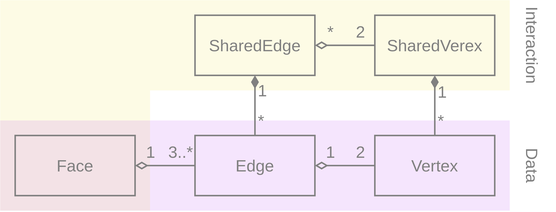
Before: wiki/MetaMeshGraph.svg, a diagram exported from draw.io (YoanWithY/kayo). Source tidied: cells renumbered, new cells last; positions are measured from the earlier drawing's top-left corner, leaving out a move shared by most shapes. Its diagram source:
```xml
<mxGraphModel>
  <root>
    <mxCell id="0" />
    <mxCell id="1" parent="0" />
    <mxCell id="2" style="shape=corner;whiteSpace=wrap;html=1;labelBackgroundColor=none;fontFamily=Helvetica;fontSize=11;fontColor=#808080;dx=100;dy=60;strokeColor=none;fillColor=#E6D600;opacity=10;" parent="1" vertex="1">
      <mxGeometry width="340" height="140" as="geometry" />
    </mxCell>
    <mxCell id="3" style="rounded=0;whiteSpace=wrap;html=1;labelBackgroundColor=none;fontFamily=Helvetica;fontSize=11;fontColor=#808080;fillColor=#A100E6;opacity=10;strokeColor=none;" parent="1" vertex="1">
      <mxGeometry y="80" width="340" height="60" as="geometry" />
    </mxCell>
    <mxCell id="4" style="edgeStyle=orthogonalEdgeStyle;shape=connector;rounded=0;html=1;labelBackgroundColor=default;strokeColor=#808080;fontFamily=Helvetica;fontSize=11;fontColor=#808080;endArrow=none;endFill=0;startArrow=diamondThin;startFill=1;" parent="1" edge="1" source="7" target="15">
      <mxGeometry relative="1" as="geometry" />
    </mxCell>
    <mxCell id="5" value="1" style="edgeLabel;align=left;verticalAlign=middle;fontSize=11;fontFamily=Helvetica;fontColor=#808080;labelBackgroundColor=none;html=1;" parent="4" vertex="1">
      <mxGeometry x="-0.68" relative="1" as="geometry">
        <mxPoint y="4" as="offset" />
      </mxGeometry>
    </mxCell>
    <mxCell id="6" value="*" style="edgeLabel;align=left;verticalAlign=middle;fontSize=11;fontFamily=Helvetica;fontColor=#808080;labelBackgroundColor=none;html=1;" parent="4" vertex="1">
      <mxGeometry x="0.74" relative="1" as="geometry">
        <mxPoint y="-5" as="offset" />
      </mxGeometry>
    </mxCell>
    <mxCell id="7" value="SharedVerex" style="rounded=0;whiteSpace=wrap;html=1;fillColor=none;strokeColor=#808080;fontColor=#808080;fontFamily=Helvetica;fontSize=11;" parent="1" vertex="1">
      <mxGeometry x="250" y="10" width="80" height="40" as="geometry" />
    </mxCell>
    <mxCell id="8" style="edgeStyle=orthogonalEdgeStyle;html=1;fontFamily=Helvetica;fontSize=11;fontColor=#808080;endArrow=none;endFill=0;rounded=0;strokeColor=#808080;startArrow=diamondThin;startFill=0;" parent="1" edge="1" source="14" target="7">
      <mxGeometry relative="1" as="geometry" />
    </mxCell>
    <mxCell id="9" value="2" style="edgeLabel;align=center;verticalAlign=bottom;fontSize=11;fontFamily=Helvetica;fontColor=#808080;labelBackgroundColor=none;html=1;" parent="8" vertex="1">
      <mxGeometry x="0.62" y="-1" relative="1" as="geometry">
        <mxPoint x="-2" y="-1" as="offset" />
      </mxGeometry>
    </mxCell>
    <mxCell id="10" value="*" style="edgeLabel;align=center;verticalAlign=bottom;fontSize=11;fontFamily=Helvetica;fontColor=#808080;labelBackgroundColor=none;html=1;" parent="8" vertex="1">
      <mxGeometry x="-0.67" relative="1" as="geometry">
        <mxPoint x="3" as="offset" />
      </mxGeometry>
    </mxCell>
    <mxCell id="11" style="edgeStyle=orthogonalEdgeStyle;shape=connector;rounded=0;html=1;labelBackgroundColor=default;strokeColor=#808080;fontFamily=Helvetica;fontSize=11;fontColor=#808080;startArrow=diamondThin;startFill=1;endArrow=none;endFill=0;" parent="1" edge="1" source="14" target="20">
      <mxGeometry relative="1" as="geometry" />
    </mxCell>
    <mxCell id="12" value="1" style="edgeLabel;html=1;align=left;verticalAlign=middle;fontSize=11;fontFamily=Helvetica;fontColor=#808080;labelBackgroundColor=none;" parent="11" vertex="1">
      <mxGeometry x="-0.34" y="1" relative="1" as="geometry">
        <mxPoint x="-1" y="-3" as="offset" />
      </mxGeometry>
    </mxCell>
    <mxCell id="13" value="*" style="edgeLabel;html=1;align=left;verticalAlign=middle;fontSize=11;fontFamily=Helvetica;fontColor=#808080;labelBackgroundColor=none;" parent="11" vertex="1">
      <mxGeometry x="0.63" y="1" relative="1" as="geometry">
        <mxPoint x="-1" y="-3" as="offset" />
      </mxGeometry>
    </mxCell>
    <mxCell id="14" value="SharedEdge" style="rounded=0;whiteSpace=wrap;html=1;fillColor=none;strokeColor=#808080;fontColor=#808080;fontFamily=Helvetica;fontSize=11;" parent="1" vertex="1">
      <mxGeometry x="130" y="10" width="80" height="40" as="geometry" />
    </mxCell>
    <mxCell id="15" value="Vertex" style="rounded=0;whiteSpace=wrap;html=1;fillColor=none;strokeColor=#808080;fontColor=#808080;fontFamily=Helvetica;fontSize=11;" parent="1" vertex="1">
      <mxGeometry x="250" y="90" width="80" height="40" as="geometry" />
    </mxCell>
    <mxCell id="16" value="Face" style="rounded=0;whiteSpace=wrap;html=1;fillColor=none;strokeColor=#808080;fontColor=#808080;fontFamily=Helvetica;fontSize=11;" parent="1" vertex="1">
      <mxGeometry x="10" y="90" width="80" height="40" as="geometry" />
    </mxCell>
    <mxCell id="17" style="edgeStyle=orthogonalEdgeStyle;shape=connector;rounded=0;html=1;labelBackgroundColor=default;strokeColor=#808080;fontFamily=Helvetica;fontSize=11;fontColor=#808080;startArrow=diamondThin;startFill=0;endArrow=none;endFill=0;" parent="1" edge="1" source="20" target="15">
      <mxGeometry relative="1" as="geometry" />
    </mxCell>
    <mxCell id="18" value="1" style="edgeLabel;html=1;align=center;verticalAlign=bottom;fontSize=11;fontFamily=Helvetica;fontColor=#808080;labelBackgroundColor=none;" parent="17" vertex="1">
      <mxGeometry x="-0.67" relative="1" as="geometry">
        <mxPoint x="3" as="offset" />
      </mxGeometry>
    </mxCell>
    <mxCell id="19" value="2" style="edgeLabel;html=1;align=center;verticalAlign=bottom;fontSize=11;fontFamily=Helvetica;fontColor=#808080;labelBackgroundColor=none;" parent="17" vertex="1">
      <mxGeometry x="0.7" y="-1" relative="1" as="geometry">
        <mxPoint x="-4" y="-1" as="offset" />
      </mxGeometry>
    </mxCell>
    <mxCell id="20" value="Edge" style="rounded=0;whiteSpace=wrap;html=1;fillColor=none;strokeColor=#808080;fontColor=#808080;fontFamily=Helvetica;fontSize=11;" parent="1" vertex="1">
      <mxGeometry x="130" y="90" width="80" height="40" as="geometry" />
    </mxCell>
    <mxCell id="21" style="edgeStyle=orthogonalEdgeStyle;shape=connector;rounded=0;html=1;labelBackgroundColor=default;strokeColor=#808080;fontFamily=Helvetica;fontSize=11;fontColor=#808080;startArrow=diamondThin;startFill=0;endArrow=none;endFill=0;" parent="1" edge="1" source="16" target="20">
      <mxGeometry relative="1" as="geometry">
        <Array as="points">
          <mxPoint x="50" y="110" />
        </Array>
      </mxGeometry>
    </mxCell>
    <mxCell id="22" value="3..*" style="edgeLabel;align=center;verticalAlign=bottom;fontSize=11;fontFamily=Helvetica;fontColor=#808080;labelBackgroundColor=none;spacing=2;spacingTop=0;spacingLeft=0;spacingRight=0;html=1;" parent="21" vertex="1">
      <mxGeometry x="0.71" relative="1" as="geometry">
        <mxPoint x="-4" as="offset" />
      </mxGeometry>
    </mxCell>
    <mxCell id="23" value="1" style="edgeLabel;html=1;align=center;verticalAlign=bottom;fontSize=11;fontFamily=Helvetica;fontColor=#808080;labelBackgroundColor=none;" parent="21" vertex="1">
      <mxGeometry x="-0.41" y="-1" relative="1" as="geometry">
        <mxPoint x="-2" y="-1" as="offset" />
      </mxGeometry>
    </mxCell>
    <mxCell id="24" value="Interaction" style="text;html=1;strokeColor=none;fillColor=none;align=center;verticalAlign=middle;whiteSpace=wrap;rounded=0;labelBackgroundColor=none;fontFamily=Helvetica;fontSize=11;fontColor=#808080;opacity=10;horizontal=0;rotation=-180;" parent="1" vertex="1">
      <mxGeometry x="340" width="30" height="60" as="geometry" />
    </mxCell>
    <mxCell id="25" value="Data" style="text;html=1;strokeColor=none;fillColor=none;align=center;verticalAlign=middle;whiteSpace=wrap;rounded=0;labelBackgroundColor=none;fontFamily=Helvetica;fontSize=11;fontColor=#808080;opacity=10;horizontal=0;rotation=-180;" parent="1" vertex="1">
      <mxGeometry x="340" y="80" width="30" height="60" as="geometry" />
    </mxCell>
  </root>
</mxGraphModel>
```
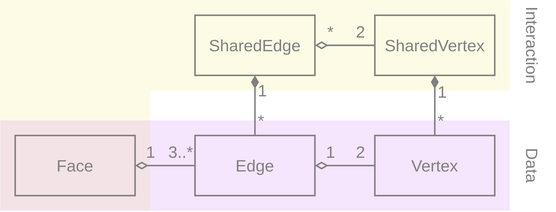
The same diagram one commit later.

Change to the diagram source:
```diff
@@ -21,7 +21,7 @@
         <mxPoint y="-5" as="offset" />
       </mxGeometry>
     </mxCell>
-    <mxCell id="7" value="SharedVerex" style="rounded=0;whiteSpace=wrap;html=1;fillColor=none;strokeColor=#808080;fontColor=#808080;fontFamily=Helvetica;fontSize=11;" parent="1" vertex="1">
+    <mxCell id="7" value="SharedVertex" style="rounded=0;whiteSpace=wrap;html=1;fillColor=none;strokeColor=#808080;fontColor=#808080;fontFamily=Helvetica;fontSize=11;" parent="1" vertex="1">
       <mxGeometry x="250" y="10" width="80" height="40" as="geometry" />
     </mxCell>
     <mxCell id="8" style="edgeStyle=orthogonalEdgeStyle;html=1;fontFamily=Helvetica;fontSize=11;fontColor=#808080;endArrow=none;endFill=0;rounded=0;strokeColor=#808080;startArrow=diamondThin;startFill=0;" parent="1" edge="1" source="14" target="7">
```
